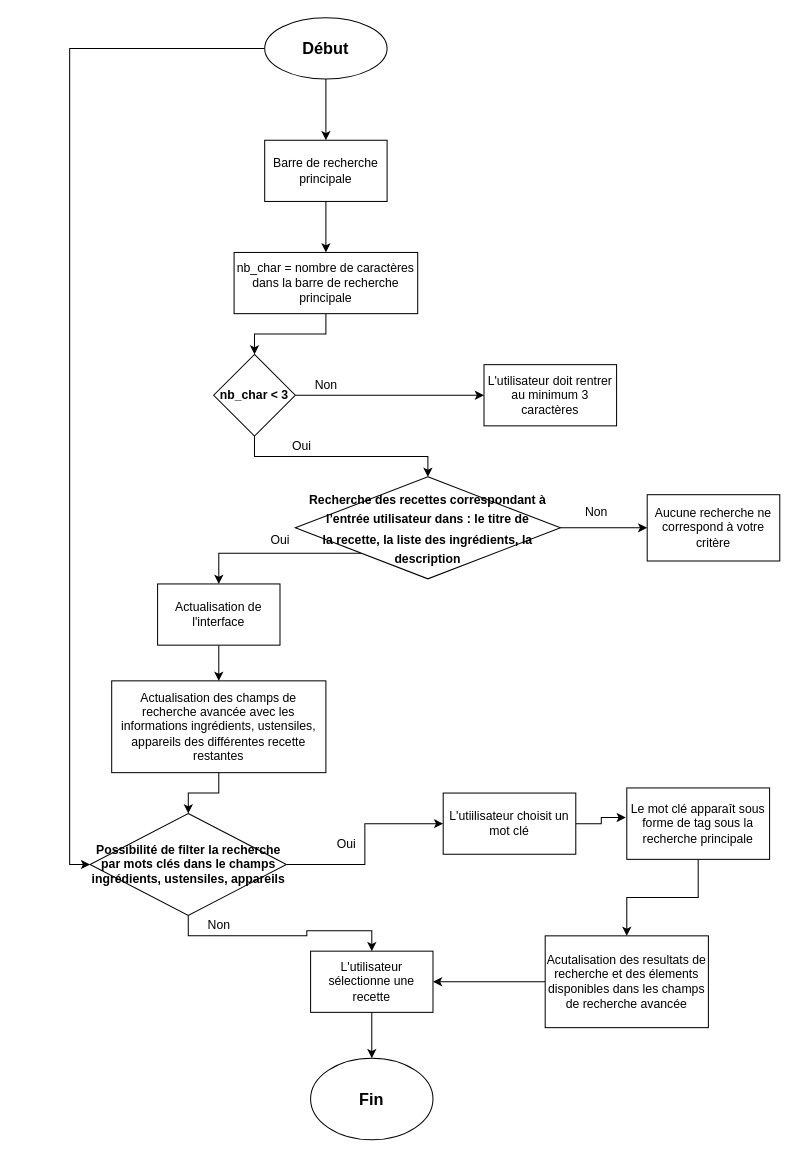
Earlier version of the draw.io diagram algorigramme-search-filter.drawio (tchicoulo/les-petits-plats). Source tidied: cells renumbered, new cells numbered last; positions are measured from the earlier drawing's top-left corner, leaving out a move shared by most shapes. Both pictures are drawn from the tidied source at 102%, with x=0, y=0 at pixel (90, 17).
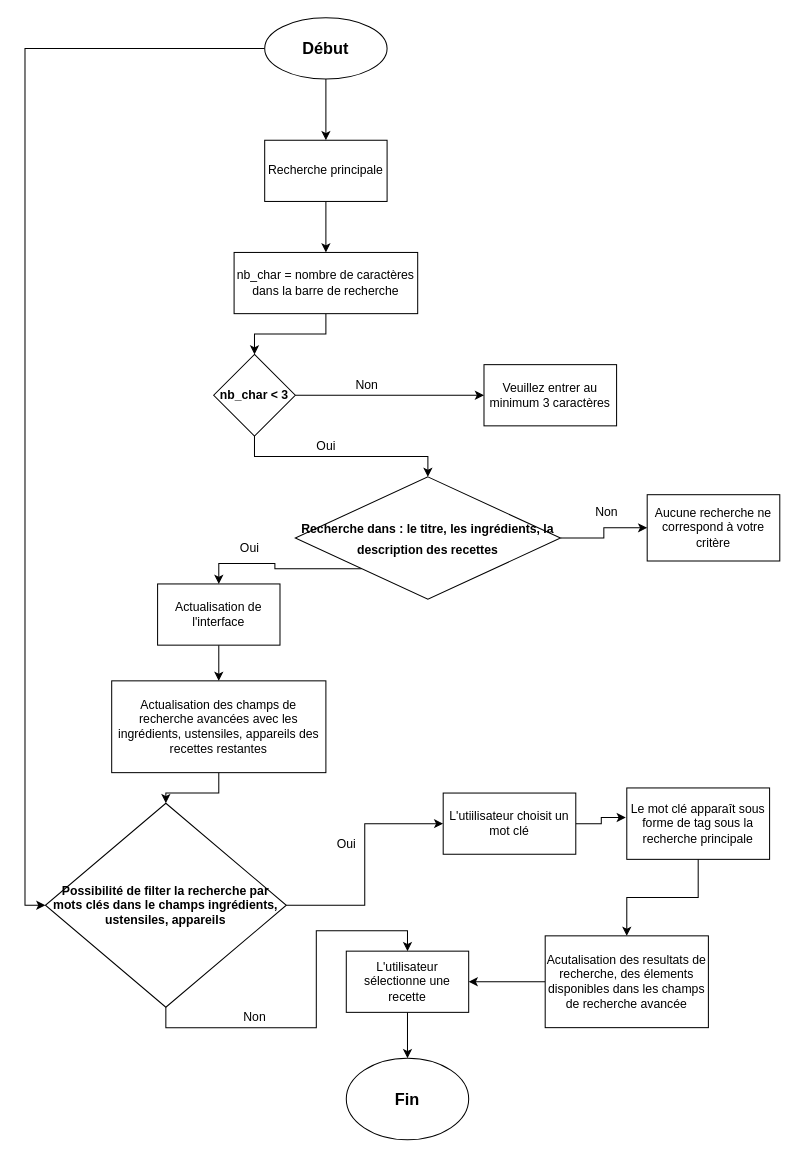
The same page after the edit.

Diff of the diagram source:
```diff
@@
-    <mxCell id="3" value="Barre de recherche principale" style="rounded=0;whiteSpace=wrap;html=1;" parent="1" vertex="1">
+    <mxCell id="3" value="Recherche principale" style="rounded=0;whiteSpace=wrap;html=1;" parent="1" vertex="1">
       <mxGeometry x="171" y="120" width="120" height="60" as="geometry" />
     </mxCell>
@@
-    <mxCell id="5" value="nb_char = nombre de caractères dans la barre de recherche principale" style="rounded=0;whiteSpace=wrap;html=1;" parent="1" vertex="1">
+    <mxCell id="5" value="nb_char = nombre de caractères dans la barre de recherche" style="rounded=0;whiteSpace=wrap;html=1;" parent="1" vertex="1">
       <mxGeometry x="141" y="230" width="180" height="60" as="geometry" />
     </mxCell>
@@
-    <mxCell id="9" value="L'utilisateur doit rentrer au minimum 3 caractères" style="rounded=0;whiteSpace=wrap;html=1;" parent="1" vertex="1">
+    <mxCell id="9" value="Veuillez entrer au minimum 3 caractères" style="rounded=0;whiteSpace=wrap;html=1;" parent="1" vertex="1">
       <mxGeometry x="386" y="340" width="130" height="60" as="geometry" />
     </mxCell>
     <mxCell id="10" value="Non" style="text;html=1;align=center;verticalAlign=middle;strokeColor=none;fillColor=none;" parent="1" vertex="1">
-      <mxGeometry x="211" y="350" width="40" height="20" as="geometry" />
+      <mxGeometry x="251" y="350" width="40" height="20" as="geometry" />
     </mxCell>
@@
-    <mxCell id="14" value="Actualisation des champs de recherche avancée avec les informations ingrédients, ustensiles, appareils des différentes recette restantes" style="rounded=0;whiteSpace=wrap;html=1;" parent="1" vertex="1">
+    <mxCell id="14" value="Actualisation des champs de recherche avancées avec les ingrédients, ustensiles, appareils des recettes restantes" style="rounded=0;whiteSpace=wrap;html=1;" parent="1" vertex="1">
       <mxGeometry x="21" y="650" width="210" height="90" as="geometry" />
     </mxCell>
@@
     <mxCell id="20" value="&lt;span style=&quot;font-family: &amp;#34;helvetica&amp;#34;&quot;&gt;&lt;b&gt;Possibilité de filter la recherche par mots clés dans le champs ingrédients, ustensiles, appareils&lt;/b&gt;&lt;/span&gt;" style="rhombus;whiteSpace=wrap;html=1;" parent="1" vertex="1">
-      <mxGeometry x="-0.2" y="780" width="192.5" height="100" as="geometry" />
+      <mxGeometry x="-44" y="770" width="236.2" height="200" as="geometry" />
     </mxCell>
@@
     <mxCell id="24" value="L'utilisateur sélectionne une recette" style="rounded=0;whiteSpace=wrap;html=1;" parent="1" vertex="1">
-      <mxGeometry x="216" y="915" width="120" height="60" as="geometry" />
+      <mxGeometry x="251" y="915" width="120" height="60" as="geometry" />
     </mxCell>
@@
     <mxCell id="26" value="Oui" style="text;html=1;align=center;verticalAlign=middle;strokeColor=none;fillColor=none;" parent="1" vertex="1">
-      <mxGeometry x="192.2" y="410" width="30" height="20" as="geometry" />
+      <mxGeometry x="216" y="410" width="30" height="20" as="geometry" />
     </mxCell>
@@
-    <mxCell id="30" value="Acutalisation des resultats de recherche et des élements disponibles dans les champs de recherche avancée" style="rounded=0;whiteSpace=wrap;html=1;" parent="1" vertex="1">
+    <mxCell id="30" value="Acutalisation des resultats de recherche, des élements disponibles dans les champs de recherche avancée" style="rounded=0;whiteSpace=wrap;html=1;" parent="1" vertex="1">
       <mxGeometry x="446" y="900" width="160" height="90" as="geometry" />
     </mxCell>
     <mxCell id="31" value="Non" style="text;html=1;align=center;verticalAlign=middle;strokeColor=none;fillColor=none;" parent="1" vertex="1">
-      <mxGeometry x="106" y="880" width="40" height="20" as="geometry" />
+      <mxGeometry x="141" y="970" width="40" height="20" as="geometry" />
     </mxCell>
     <mxCell id="32" value="&lt;font style=&quot;font-size: 16px&quot;&gt;&lt;b&gt;Fin&lt;/b&gt;&lt;/font&gt;" style="ellipse;whiteSpace=wrap;html=1;" parent="1" vertex="1">
-      <mxGeometry x="216" y="1020" width="120" height="80" as="geometry" />
+      <mxGeometry x="251" y="1020" width="120" height="80" as="geometry" />
     </mxCell>
@@
-    <mxCell id="35" value="&lt;b&gt;&lt;span style=&quot;font-size: 12px&quot;&gt;Recherche des recettes correspondant à l’entrée utilisateur dans : le titre de&lt;/span&gt;&lt;br style=&quot;font-size: 12px&quot;&gt;&lt;span style=&quot;font-size: 12px&quot;&gt;la recette, la liste des ingrédients, la description&lt;/span&gt;&lt;/b&gt;" style="rhombus;whiteSpace=wrap;html=1;fontSize=16;" parent="1" vertex="1">
-      <mxGeometry x="201" y="450" width="260" height="100" as="geometry" />
+    <mxCell id="35" value="&lt;b&gt;&lt;span style=&quot;font-size: 12px&quot;&gt;Recherche dans : le titre&lt;/span&gt;&lt;span style=&quot;font-size: 12px&quot;&gt;, les ingrédients, la description&amp;nbsp;&lt;/span&gt;&lt;/b&gt;&lt;b&gt;&lt;span style=&quot;font-size: 12px&quot;&gt;des recettes&lt;/span&gt;&lt;/b&gt;" style="rhombus;whiteSpace=wrap;html=1;fontSize=16;" parent="1" vertex="1">
+      <mxGeometry x="201" y="450" width="260" height="120" as="geometry" />
     </mxCell>
     <mxCell id="36" value="&lt;font style=&quot;font-size: 12px&quot;&gt;Oui&lt;/font&gt;" style="text;html=1;align=center;verticalAlign=middle;strokeColor=none;fillColor=none;fontSize=16;" parent="1" vertex="1">
-      <mxGeometry x="171" y="495" width="30" height="30" as="geometry" />
+      <mxGeometry x="141" y="502.5" width="30" height="30" as="geometry" />
     </mxCell>
@@
     <mxCell id="38" value="Non" style="text;html=1;align=center;verticalAlign=middle;strokeColor=none;fillColor=none;fontSize=12;" parent="1" vertex="1">
-      <mxGeometry x="476" y="475" width="40" height="20" as="geometry" />
+      <mxGeometry x="486" y="475" width="40" height="20" as="geometry" />
     </mxCell>
```
